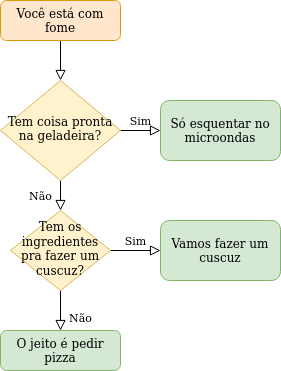
Before: Untitled Diagram.drawio.png, a diagram exported from draw.io (Vini-002/if-else-figure). Source tidied: cells renumbered, new cells last; positions are measured from the earlier drawing's top-left corner, leaving out a move shared by most shapes. Source of this version:
```xml
<mxGraphModel>
  <root>
    <mxCell id="0" />
    <mxCell id="1" parent="0" />
    <mxCell id="2" style="rounded=0;html=1;jettySize=auto;fontSize=11;endArrow=block;endFill=0;endSize=8;strokeWidth=1;shadow=0;labelBackgroundColor=none;edgeStyle=orthogonalEdgeStyle;" parent="1" edge="1" source="3" target="6">
      <mxGeometry relative="1" as="geometry" />
    </mxCell>
    <mxCell id="3" value="Você está com fome" style="rounded=1;whiteSpace=wrap;html=1;fontSize=12;glass=0;strokeWidth=1;shadow=0;fillColor=#ffe6cc;strokeColor=#d79b00;" parent="1" vertex="1">
      <mxGeometry width="120" height="40" as="geometry" />
    </mxCell>
    <mxCell id="4" value="Não" style="rounded=0;html=1;jettySize=auto;fontSize=11;endArrow=block;endFill=0;endSize=8;strokeWidth=1;shadow=0;labelBackgroundColor=none;edgeStyle=orthogonalEdgeStyle;" parent="1" edge="1" source="6" target="10">
      <mxGeometry y="20" relative="1" as="geometry" />
    </mxCell>
    <mxCell id="5" value="Sim" style="edgeStyle=orthogonalEdgeStyle;rounded=0;html=1;jettySize=auto;fontSize=11;endArrow=block;endFill=0;endSize=8;strokeWidth=1;shadow=0;labelBackgroundColor=none;" parent="1" edge="1" source="6" target="7">
      <mxGeometry y="10" relative="1" as="geometry" />
    </mxCell>
    <mxCell id="6" value="Tem coisa pronta na geladeira?" style="rhombus;whiteSpace=wrap;html=1;shadow=0;fontFamily=Helvetica;fontSize=12;align=center;strokeWidth=1;spacing=6;spacingTop=-4;fillColor=#fff2cc;strokeColor=#d6b656;" parent="1" vertex="1">
      <mxGeometry y="80" width="120" height="100" as="geometry" />
    </mxCell>
    <mxCell id="7" value="Só esquentar no microondas" style="rounded=1;whiteSpace=wrap;html=1;fontSize=12;glass=0;strokeWidth=1;shadow=0;fillColor=#d5e8d4;strokeColor=#82b366;" parent="1" vertex="1">
      <mxGeometry x="160" y="100" width="120" height="60" as="geometry" />
    </mxCell>
    <mxCell id="8" value="Não" style="rounded=0;html=1;jettySize=auto;fontSize=11;endArrow=block;endFill=0;endSize=8;strokeWidth=1;shadow=0;labelBackgroundColor=none;edgeStyle=orthogonalEdgeStyle;" parent="1" edge="1" source="10" target="11">
      <mxGeometry x="0.33" y="20" relative="1" as="geometry" />
    </mxCell>
    <mxCell id="9" value="Sim" style="edgeStyle=orthogonalEdgeStyle;rounded=0;html=1;jettySize=auto;fontSize=11;endArrow=block;endFill=0;endSize=8;strokeWidth=1;shadow=0;labelBackgroundColor=none;" parent="1" edge="1" source="10" target="12">
      <mxGeometry y="10" relative="1" as="geometry" />
    </mxCell>
    <mxCell id="10" value="Tem os ingredientes pra fazer um cuscuz?" style="rhombus;whiteSpace=wrap;html=1;shadow=0;fontFamily=Helvetica;fontSize=12;align=center;strokeWidth=1;spacing=6;spacingTop=-4;fillColor=#fff2cc;strokeColor=#d6b656;" parent="1" vertex="1">
      <mxGeometry x="10" y="210" width="100" height="80" as="geometry" />
    </mxCell>
    <mxCell id="11" value="O jeito é pedir pizza" style="rounded=1;whiteSpace=wrap;html=1;fontSize=12;glass=0;strokeWidth=1;shadow=0;fillColor=#d5e8d4;strokeColor=#82b366;" parent="1" vertex="1">
      <mxGeometry y="330" width="120" height="40" as="geometry" />
    </mxCell>
    <mxCell id="12" value="Vamos fazer um cuscuz" style="rounded=1;whiteSpace=wrap;html=1;fontSize=12;glass=0;strokeWidth=1;shadow=0;fillColor=#d5e8d4;strokeColor=#82b366;" parent="1" vertex="1">
      <mxGeometry x="160" y="220" width="120" height="60" as="geometry" />
    </mxCell>
  </root>
</mxGraphModel>
```
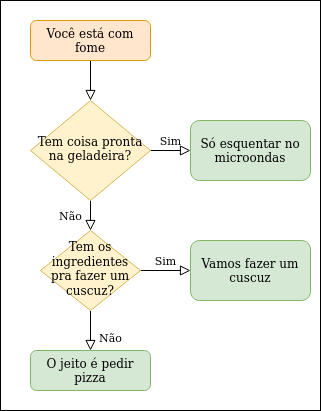
Above is the later version.

The edit, as a diff of the source:
```diff
@@ -2,6 +2,9 @@
   <root>
     <mxCell id="0" />
     <mxCell id="1" parent="0" />
+    <mxCell id="13" style="rounded=0;whiteSpace=wrap;html=1;" parent="1" vertex="1">
+      <mxGeometry x="-30" y="-20" width="320" height="410" as="geometry" />
+    </mxCell>
     <mxCell id="2" style="rounded=0;html=1;jettySize=auto;fontSize=11;endArrow=block;endFill=0;endSize=8;strokeWidth=1;shadow=0;labelBackgroundColor=none;edgeStyle=orthogonalEdgeStyle;" parent="1" edge="1" source="3" target="6">
       <mxGeometry relative="1" as="geometry" />
     </mxCell>
```
